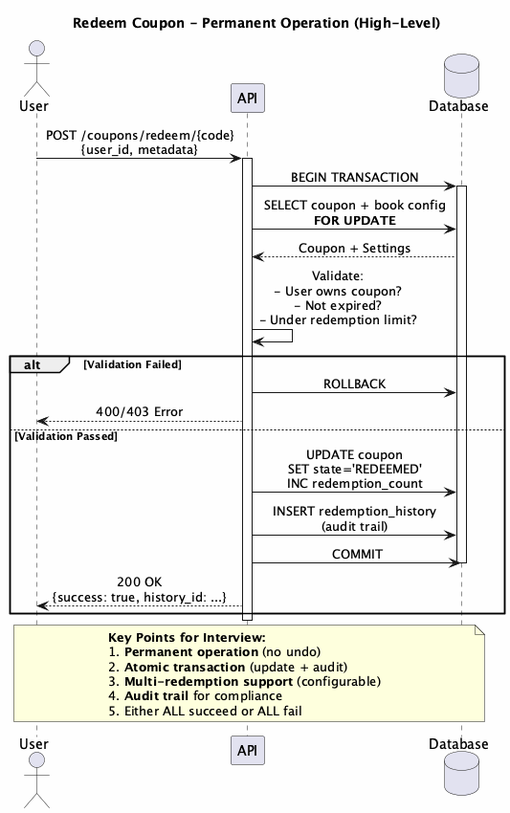
pepenotti/qurable-tech-challenge keeps this PlantUML diagram as docs/diagrams/exported/png/Redeem-Coupon.png. Above is the earlier version.
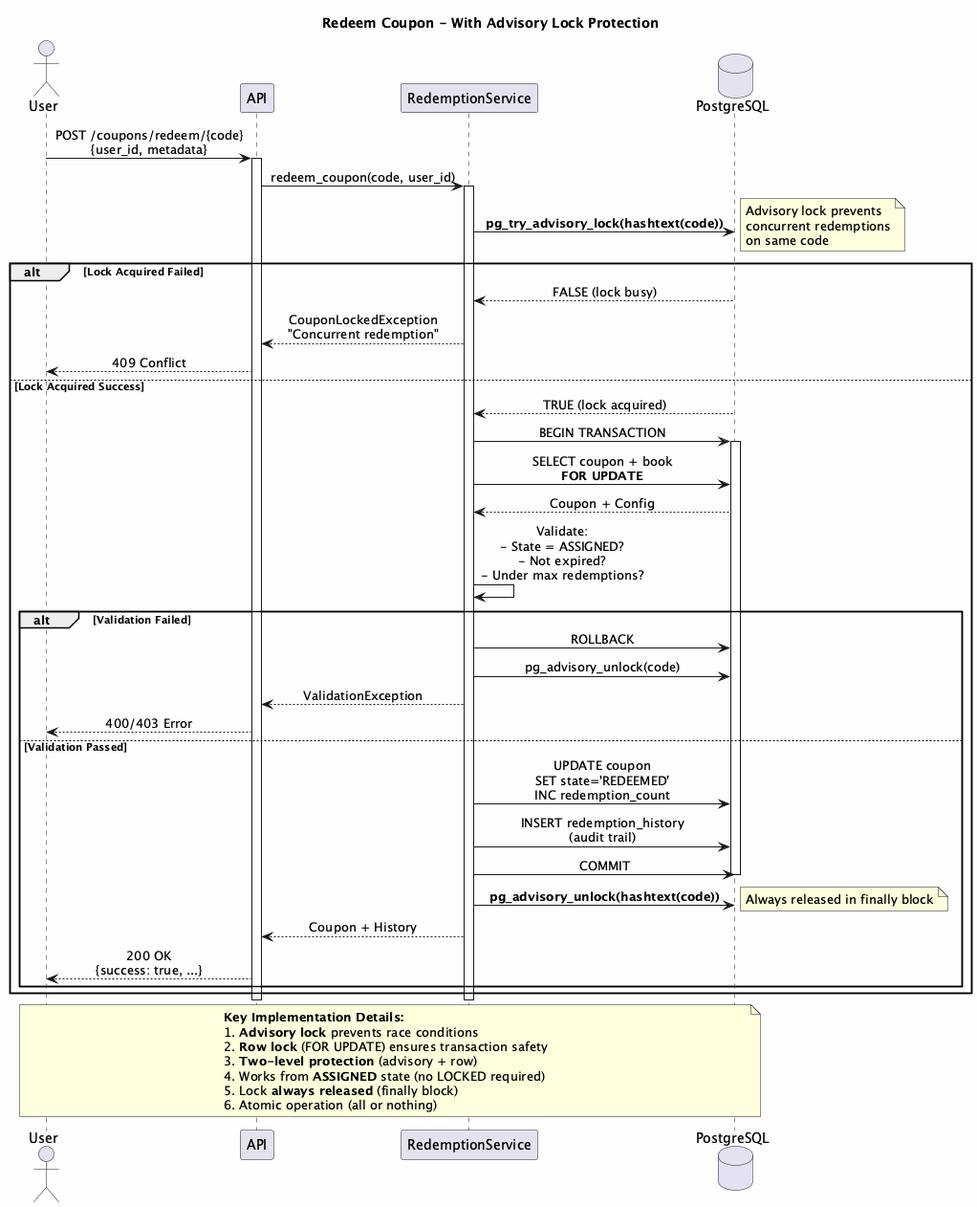
Later version of the same file.

Change to the diagram source:
```diff
@@ -2,46 +2,73 @@
 skinparam backgroundColor #FEFEFE
 skinparam sequenceMessageAlign center
 
-title Redeem Coupon - Permanent Operation (High-Level)
+title Redeem Coupon - With Advisory Lock Protection
 
 actor User
 participant "API" as API
-database "Database" as DB
+participant "RedemptionService" as Service
+database "PostgreSQL" as DB
 
 User -> API : POST /coupons/redeem/{code}\n{user_id, metadata}
 activate API
 
-API -> DB : BEGIN TRANSACTION
-activate DB
+API -> Service : redeem_coupon(code, user_id)
+activate Service
 
-API -> DB : SELECT coupon + book config\n**FOR UPDATE**
+Service -> DB : **pg_try_advisory_lock(hashtext(code))**
+note right
+  Advisory lock prevents
+  concurrent redemptions
+  on same code
+end note
 
-DB --> API : Coupon + Settings
+alt Lock Acquired Failed
+    DB --> Service : FALSE (lock busy)
+    Service --> API : CouponLockedException\n"Concurrent redemption"
+    API --> User : 409 Conflict
+else Lock Acquired Success
+    DB --> Service : TRUE (lock acquired)
 
-API -> API : Validate:\n- User owns coupon?\n- Not expired?\n- Under redemption limit?
+    Service -> DB : BEGIN TRANSACTION
+    activate DB
 
-alt Validation Failed
-    API -> DB : ROLLBACK
-    API --> User : 400/403 Error
-else Validation Passed
-    API -> DB : UPDATE coupon\nSET state='REDEEMED'\nINC redemption_count
+    Service -> DB : SELECT coupon + book\n**FOR UPDATE**
+    DB --> Service : Coupon + Config
 
-    API -> DB : INSERT redemption_history\n(audit trail)
+    Service -> Service : Validate:\n- State = ASSIGNED?\n- Not expired?\n- Under max redemptions?
 
-    API -> DB : COMMIT
-    deactivate DB
+    alt Validation Failed
+        Service -> DB : ROLLBACK
+        Service -> DB : pg_advisory_unlock(code)
+        Service --> API : ValidationException
+        API --> User : 400/403 Error
+    else Validation Passed
+        Service -> DB : UPDATE coupon\nSET state='REDEEMED'\nINC redemption_count
 
-    API --> User : 200 OK\n{success: true, history_id: ...}
+        Service -> DB : INSERT redemption_history\n(audit trail)
+
+        Service -> DB : COMMIT
+        deactivate DB
+
+        Service -> DB : **pg_advisory_unlock(hashtext(code))**
+        note right: Always released in finally block
+
+        Service --> API : Coupon + History
+        API --> User : 200 OK\n{success: true, ...}
+    end
 end
+
+deactivate Service
 deactivate API
 
 note over User, DB
-  **Key Points for Interview:**
-  1. **Permanent operation** (no undo)
-  2. **Atomic transaction** (update + audit)
-  3. **Multi-redemption support** (configurable)
-  4. **Audit trail** for compliance
-  5. Either ALL succeed or ALL fail
+  **Key Implementation Details:**
+  1. **Advisory lock** prevents race conditions
+  2. **Row lock** (FOR UPDATE) ensures transaction safety
+  3. **Two-level protection** (advisory + row)
+  4. Works from **ASSIGNED** state (no LOCKED required)
+  5. Lock **always released** (finally block)
+  6. Atomic operation (all or nothing)
 end note
 
 @enduml
```
